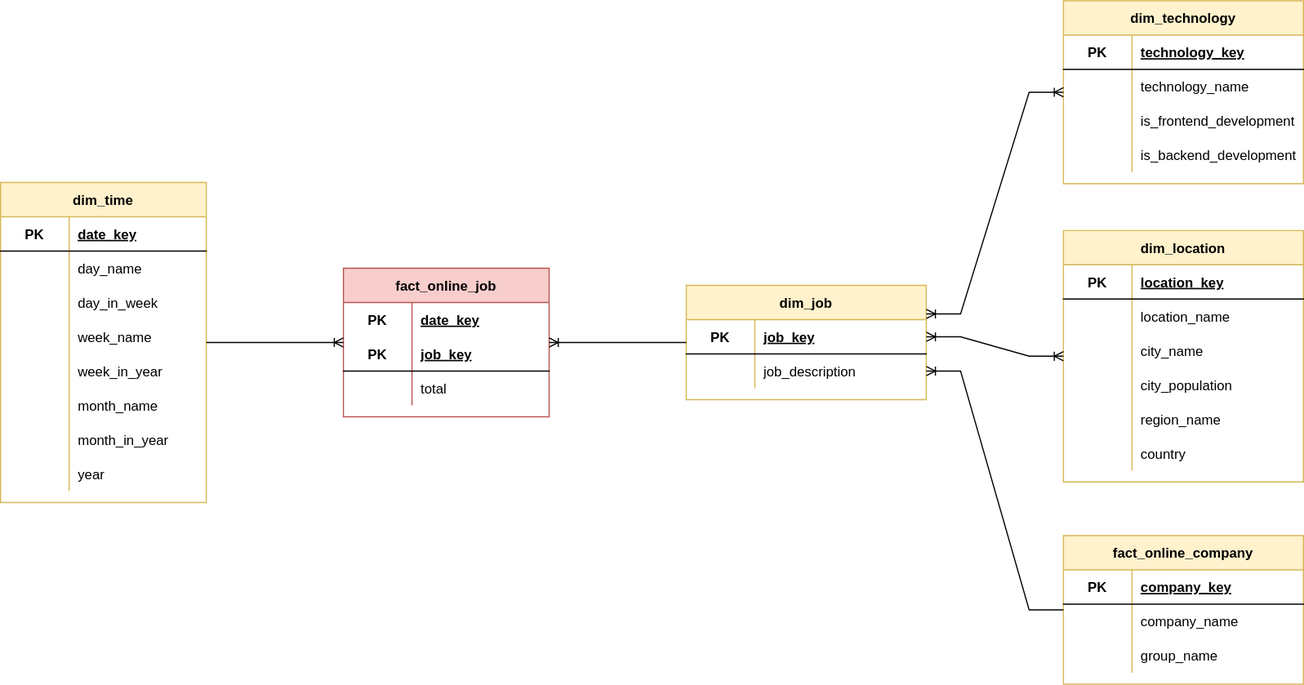
petracarrion/job-market-analytics keeps this draw.io diagram as doc/mart-model.drawio.svg. Above is the earlier version. Source tidied: cells renumbered, new cells last; positions are measured from the earlier drawing's top-left corner, leaving out a move shared by most shapes.
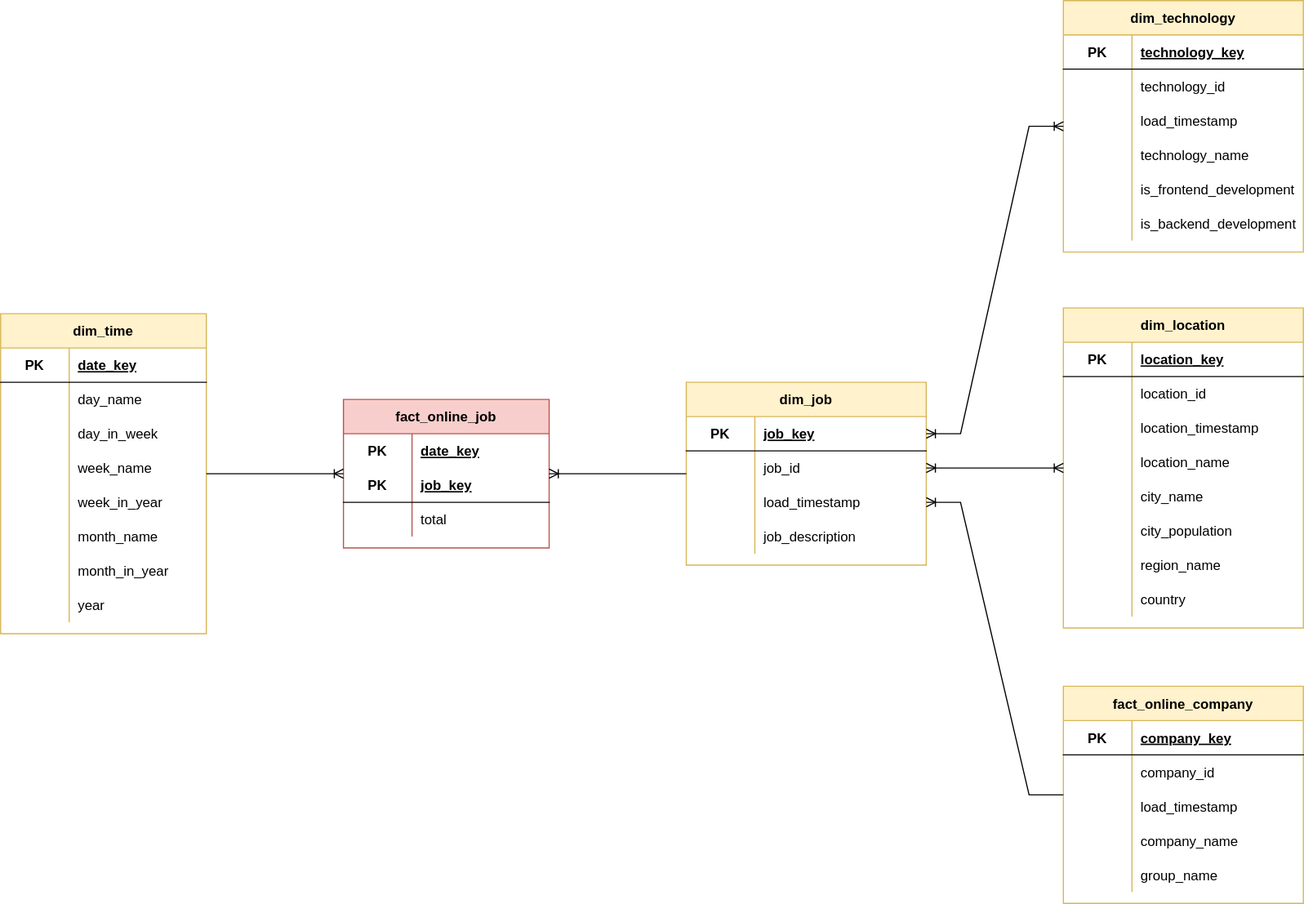
Later version of the same file.

What changed in the source:
```diff
@@ -109,7 +109,7 @@
       <mxGeometry x="60" width="120" height="30" as="geometry" />
     </mxCell>
     <mxCell id="38" value="dim_job" style="shape=table;startSize=30;rowLines=0;fontStyle=1;align=center;fillColor=#fff2cc;strokeColor=#d6b656;" parent="2" vertex="1">
-      <mxGeometry x="600" y="249" width="210" height="100" as="geometry" />
+      <mxGeometry x="600" y="219" width="210" height="160" as="geometry" />
     </mxCell>
     <mxCell id="39" style="shape=tableRow;horizontal=0;startSize=0;swimlaneHead=0;swimlaneBody=0;fillColor=none;points=[[0,0.5],[1,0.5]];portConstraint=eastwest;top=0;left=0;right=0;bottom=1;" parent="38" vertex="1">
       <mxGeometry y="30" width="210" height="30" as="geometry" />
@@ -126,11 +126,29 @@
     <mxCell id="43" style="shape=partialRectangle;fillColor=none;top=0;left=0;bottom=0;right=0;overflow=hidden;" parent="42" vertex="1">
       <mxGeometry width="60" height="30" as="geometry" />
     </mxCell>
-    <mxCell id="44" value="job_description" style="shape=partialRectangle;fillColor=none;top=0;left=0;bottom=0;right=0;align=left;spacingLeft=6;overflow=hidden;" parent="42" vertex="1">
+    <mxCell id="44" value="job_id" style="shape=partialRectangle;fillColor=none;top=0;left=0;bottom=0;right=0;align=left;spacingLeft=6;overflow=hidden;" parent="42" vertex="1">
       <mxGeometry x="60" width="150" height="30" as="geometry" />
     </mxCell>
+    <mxCell id="92" style="shape=tableRow;horizontal=0;startSize=0;swimlaneHead=0;swimlaneBody=0;fillColor=none;points=[[0,0.5],[1,0.5]];portConstraint=eastwest;top=0;left=0;right=0;bottom=0;" parent="38" vertex="1">
+      <mxGeometry y="90" width="210" height="30" as="geometry" />
+    </mxCell>
+    <mxCell id="93" style="shape=partialRectangle;fillColor=none;top=0;left=0;bottom=0;right=0;overflow=hidden;" parent="92" vertex="1">
+      <mxGeometry width="60" height="30" as="geometry" />
+    </mxCell>
+    <mxCell id="94" value="load_timestamp" style="shape=partialRectangle;fillColor=none;top=0;left=0;bottom=0;right=0;align=left;spacingLeft=6;overflow=hidden;" parent="92" vertex="1">
+      <mxGeometry x="60" width="150" height="30" as="geometry" />
+    </mxCell>
+    <mxCell id="95" style="shape=tableRow;horizontal=0;startSize=0;swimlaneHead=0;swimlaneBody=0;fillColor=none;top=0;left=0;right=0;bottom=0;" parent="38" vertex="1">
+      <mxGeometry y="120" width="210" height="30" as="geometry" />
+    </mxCell>
+    <mxCell id="96" style="shape=partialRectangle;fillColor=none;top=0;left=0;bottom=0;right=0;overflow=hidden;" parent="95" vertex="1">
+      <mxGeometry width="60" height="30" as="geometry" />
+    </mxCell>
+    <mxCell id="97" value="job_description" style="shape=partialRectangle;fillColor=none;top=0;left=0;bottom=0;right=0;align=left;spacingLeft=6;overflow=hidden;" parent="95" vertex="1">
+      <mxGeometry x="60" width="150" height="30" as="geometry" />
+    </mxCell>
     <mxCell id="45" value="dim_location" style="shape=table;startSize=30;rowLines=0;fontStyle=1;align=center;fillColor=#fff2cc;strokeColor=#d6b656;" parent="2" vertex="1">
-      <mxGeometry x="930" y="201" width="210" height="220" as="geometry" />
+      <mxGeometry x="930" y="154" width="210" height="280" as="geometry" />
     </mxCell>
     <mxCell id="46" style="shape=tableRow;horizontal=0;startSize=0;swimlaneHead=0;swimlaneBody=0;fillColor=none;top=0;left=0;right=0;bottom=1;" parent="45" vertex="1">
       <mxGeometry y="30" width="210" height="30" as="geometry" />
@@ -147,11 +165,29 @@
     <mxCell id="50" style="shape=partialRectangle;fillColor=none;top=0;left=0;bottom=0;right=0;overflow=hidden;" parent="49" vertex="1">
       <mxGeometry width="60" height="30" as="geometry" />
     </mxCell>
-    <mxCell id="51" value="location_name" style="shape=partialRectangle;fillColor=none;top=0;left=0;bottom=0;right=0;align=left;spacingLeft=6;overflow=hidden;" parent="49" vertex="1">
+    <mxCell id="51" value="location_id" style="shape=partialRectangle;fillColor=none;top=0;left=0;bottom=0;right=0;align=left;spacingLeft=6;overflow=hidden;" parent="49" vertex="1">
       <mxGeometry x="60" width="150" height="30" as="geometry" />
     </mxCell>
+    <mxCell id="98" style="shape=tableRow;horizontal=0;startSize=0;swimlaneHead=0;swimlaneBody=0;fillColor=none;top=0;left=0;right=0;bottom=0;" parent="45" vertex="1">
+      <mxGeometry y="90" width="210" height="30" as="geometry" />
+    </mxCell>
+    <mxCell id="99" style="shape=partialRectangle;fillColor=none;top=0;left=0;bottom=0;right=0;overflow=hidden;" parent="98" vertex="1">
+      <mxGeometry width="60" height="30" as="geometry" />
+    </mxCell>
+    <mxCell id="100" value="location_timestamp" style="shape=partialRectangle;fillColor=none;top=0;left=0;bottom=0;right=0;align=left;spacingLeft=6;overflow=hidden;" parent="98" vertex="1">
+      <mxGeometry x="60" width="150" height="30" as="geometry" />
+    </mxCell>
+    <mxCell id="101" style="shape=tableRow;horizontal=0;startSize=0;swimlaneHead=0;swimlaneBody=0;fillColor=none;top=0;left=0;right=0;bottom=0;" parent="45" vertex="1">
+      <mxGeometry y="120" width="210" height="30" as="geometry" />
+    </mxCell>
+    <mxCell id="102" style="shape=partialRectangle;fillColor=none;top=0;left=0;bottom=0;right=0;overflow=hidden;" parent="101" vertex="1">
+      <mxGeometry width="60" height="30" as="geometry" />
+    </mxCell>
+    <mxCell id="103" value="location_name" style="shape=partialRectangle;fillColor=none;top=0;left=0;bottom=0;right=0;align=left;spacingLeft=6;overflow=hidden;" parent="101" vertex="1">
+      <mxGeometry x="60" width="150" height="30" as="geometry" />
+    </mxCell>
     <mxCell id="52" style="shape=tableRow;horizontal=0;startSize=0;swimlaneHead=0;swimlaneBody=0;fillColor=none;top=0;left=0;right=0;bottom=0;" parent="45" vertex="1">
-      <mxGeometry y="90" width="210" height="30" as="geometry" />
+      <mxGeometry y="150" width="210" height="30" as="geometry" />
     </mxCell>
     <mxCell id="53" style="shape=partialRectangle;fillColor=none;top=0;left=0;bottom=0;right=0;overflow=hidden;" parent="52" vertex="1">
       <mxGeometry width="60" height="30" as="geometry" />
@@ -160,7 +196,7 @@
       <mxGeometry x="60" width="150" height="30" as="geometry" />
     </mxCell>
     <mxCell id="55" style="shape=tableRow;horizontal=0;startSize=0;swimlaneHead=0;swimlaneBody=0;fillColor=none;top=0;left=0;right=0;bottom=0;" parent="45" vertex="1">
-      <mxGeometry y="120" width="210" height="30" as="geometry" />
+      <mxGeometry y="180" width="210" height="30" as="geometry" />
     </mxCell>
     <mxCell id="56" style="shape=partialRectangle;fillColor=none;top=0;left=0;bottom=0;right=0;overflow=hidden;" parent="55" vertex="1">
       <mxGeometry width="60" height="30" as="geometry" />
@@ -169,7 +205,7 @@
       <mxGeometry x="60" width="150" height="30" as="geometry" />
     </mxCell>
     <mxCell id="58" style="shape=tableRow;horizontal=0;startSize=0;swimlaneHead=0;swimlaneBody=0;fillColor=none;top=0;left=0;right=0;bottom=0;" parent="45" vertex="1">
-      <mxGeometry y="150" width="210" height="30" as="geometry" />
+      <mxGeometry y="210" width="210" height="30" as="geometry" />
     </mxCell>
     <mxCell id="59" style="shape=partialRectangle;fillColor=none;top=0;left=0;bottom=0;right=0;overflow=hidden;" parent="58" vertex="1">
       <mxGeometry width="60" height="30" as="geometry" />
@@ -178,7 +214,7 @@
       <mxGeometry x="60" width="150" height="30" as="geometry" />
     </mxCell>
     <mxCell id="61" style="shape=tableRow;horizontal=0;startSize=0;swimlaneHead=0;swimlaneBody=0;fillColor=none;top=0;left=0;right=0;bottom=0;" parent="45" vertex="1">
-      <mxGeometry y="180" width="210" height="30" as="geometry" />
+      <mxGeometry y="240" width="210" height="30" as="geometry" />
     </mxCell>
     <mxCell id="62" style="shape=partialRectangle;fillColor=none;top=0;left=0;bottom=0;right=0;overflow=hidden;" parent="61" vertex="1">
       <mxGeometry width="60" height="30" as="geometry" />
@@ -187,7 +223,7 @@
       <mxGeometry x="60" width="150" height="30" as="geometry" />
     </mxCell>
     <mxCell id="64" value="fact_online_company" style="shape=table;startSize=30;rowLines=0;fontStyle=1;align=center;fillColor=#fff2cc;strokeColor=#d6b656;" parent="2" vertex="1">
-      <mxGeometry x="930" y="468" width="210" height="130" as="geometry" />
+      <mxGeometry x="930" y="485" width="210" height="190" as="geometry" />
     </mxCell>
     <mxCell id="65" style="shape=tableRow;horizontal=0;startSize=0;swimlaneHead=0;swimlaneBody=0;fillColor=none;top=0;left=0;right=0;bottom=1;" parent="64" vertex="1">
       <mxGeometry y="30" width="210" height="30" as="geometry" />
@@ -204,11 +240,29 @@
     <mxCell id="69" style="shape=partialRectangle;fillColor=none;top=0;left=0;bottom=0;right=0;overflow=hidden;" parent="68" vertex="1">
       <mxGeometry width="60" height="30" as="geometry" />
     </mxCell>
-    <mxCell id="70" value="company_name" style="shape=partialRectangle;fillColor=none;top=0;left=0;bottom=0;right=0;align=left;spacingLeft=6;overflow=hidden;" parent="68" vertex="1">
+    <mxCell id="70" value="company_id" style="shape=partialRectangle;fillColor=none;top=0;left=0;bottom=0;right=0;align=left;spacingLeft=6;overflow=hidden;" parent="68" vertex="1">
       <mxGeometry x="60" width="150" height="30" as="geometry" />
     </mxCell>
+    <mxCell id="104" style="shape=tableRow;horizontal=0;startSize=0;swimlaneHead=0;swimlaneBody=0;fillColor=none;top=0;left=0;right=0;bottom=0;" parent="64" vertex="1">
+      <mxGeometry y="90" width="210" height="30" as="geometry" />
+    </mxCell>
+    <mxCell id="105" style="shape=partialRectangle;fillColor=none;top=0;left=0;bottom=0;right=0;overflow=hidden;" parent="104" vertex="1">
+      <mxGeometry width="60" height="30" as="geometry" />
+    </mxCell>
+    <mxCell id="106" value="load_timestamp" style="shape=partialRectangle;fillColor=none;top=0;left=0;bottom=0;right=0;align=left;spacingLeft=6;overflow=hidden;" parent="104" vertex="1">
+      <mxGeometry x="60" width="150" height="30" as="geometry" />
+    </mxCell>
+    <mxCell id="107" style="shape=tableRow;horizontal=0;startSize=0;swimlaneHead=0;swimlaneBody=0;fillColor=none;top=0;left=0;right=0;bottom=0;" parent="64" vertex="1">
+      <mxGeometry y="120" width="210" height="30" as="geometry" />
+    </mxCell>
+    <mxCell id="108" style="shape=partialRectangle;fillColor=none;top=0;left=0;bottom=0;right=0;overflow=hidden;" parent="107" vertex="1">
+      <mxGeometry width="60" height="30" as="geometry" />
+    </mxCell>
+    <mxCell id="109" value="company_name" style="shape=partialRectangle;fillColor=none;top=0;left=0;bottom=0;right=0;align=left;spacingLeft=6;overflow=hidden;" parent="107" vertex="1">
+      <mxGeometry x="60" width="150" height="30" as="geometry" />
+    </mxCell>
     <mxCell id="71" style="shape=tableRow;horizontal=0;startSize=0;swimlaneHead=0;swimlaneBody=0;fillColor=none;top=0;left=0;right=0;bottom=0;" parent="64" vertex="1">
-      <mxGeometry y="90" width="210" height="30" as="geometry" />
+      <mxGeometry y="150" width="210" height="30" as="geometry" />
     </mxCell>
     <mxCell id="72" style="shape=partialRectangle;fillColor=none;top=0;left=0;bottom=0;right=0;overflow=hidden;" parent="71" vertex="1">
       <mxGeometry width="60" height="30" as="geometry" />
@@ -217,7 +271,7 @@
       <mxGeometry x="60" width="150" height="30" as="geometry" />
     </mxCell>
     <mxCell id="74" value="dim_technology" style="shape=table;startSize=30;rowLines=0;fontStyle=1;align=center;fillColor=#fff2cc;strokeColor=#d6b656;" parent="2" vertex="1">
-      <mxGeometry x="930" width="210" height="160" as="geometry" />
+      <mxGeometry x="930" y="-115" width="210" height="220" as="geometry" />
     </mxCell>
     <mxCell id="75" style="shape=tableRow;horizontal=0;startSize=0;swimlaneHead=0;swimlaneBody=0;fillColor=none;top=0;left=0;right=0;bottom=1;" parent="74" vertex="1">
       <mxGeometry y="30" width="210" height="30" as="geometry" />
@@ -234,11 +288,29 @@
     <mxCell id="79" style="shape=partialRectangle;fillColor=none;top=0;left=0;bottom=0;right=0;overflow=hidden;" parent="78" vertex="1">
       <mxGeometry width="60" height="30" as="geometry" />
     </mxCell>
-    <mxCell id="80" value="technology_name" style="shape=partialRectangle;fillColor=none;top=0;left=0;bottom=0;right=0;align=left;spacingLeft=6;overflow=hidden;" parent="78" vertex="1">
+    <mxCell id="80" value="technology_id" style="shape=partialRectangle;fillColor=none;top=0;left=0;bottom=0;right=0;align=left;spacingLeft=6;overflow=hidden;" parent="78" vertex="1">
       <mxGeometry x="60" width="150" height="30" as="geometry" />
     </mxCell>
+    <mxCell id="110" style="shape=tableRow;horizontal=0;startSize=0;swimlaneHead=0;swimlaneBody=0;fillColor=none;top=0;left=0;right=0;bottom=0;" parent="74" vertex="1">
+      <mxGeometry y="90" width="210" height="30" as="geometry" />
+    </mxCell>
+    <mxCell id="111" style="shape=partialRectangle;fillColor=none;top=0;left=0;bottom=0;right=0;overflow=hidden;" parent="110" vertex="1">
+      <mxGeometry width="60" height="30" as="geometry" />
+    </mxCell>
+    <mxCell id="112" value="load_timestamp" style="shape=partialRectangle;fillColor=none;top=0;left=0;bottom=0;right=0;align=left;spacingLeft=6;overflow=hidden;" parent="110" vertex="1">
+      <mxGeometry x="60" width="150" height="30" as="geometry" />
+    </mxCell>
+    <mxCell id="113" style="shape=tableRow;horizontal=0;startSize=0;swimlaneHead=0;swimlaneBody=0;fillColor=none;top=0;left=0;right=0;bottom=0;" parent="74" vertex="1">
+      <mxGeometry y="120" width="210" height="30" as="geometry" />
+    </mxCell>
+    <mxCell id="114" style="shape=partialRectangle;fillColor=none;top=0;left=0;bottom=0;right=0;overflow=hidden;" parent="113" vertex="1">
+      <mxGeometry width="60" height="30" as="geometry" />
+    </mxCell>
+    <mxCell id="115" value="technology_name" style="shape=partialRectangle;fillColor=none;top=0;left=0;bottom=0;right=0;align=left;spacingLeft=6;overflow=hidden;" parent="113" vertex="1">
+      <mxGeometry x="60" width="150" height="30" as="geometry" />
+    </mxCell>
     <mxCell id="81" style="shape=tableRow;horizontal=0;startSize=0;swimlaneHead=0;swimlaneBody=0;fillColor=none;top=0;left=0;right=0;bottom=0;" parent="74" vertex="1">
-      <mxGeometry y="90" width="210" height="30" as="geometry" />
+      <mxGeometry y="150" width="210" height="30" as="geometry" />
     </mxCell>
     <mxCell id="82" style="shape=partialRectangle;fillColor=none;top=0;left=0;bottom=0;right=0;overflow=hidden;" parent="81" vertex="1">
       <mxGeometry width="60" height="30" as="geometry" />
@@ -247,7 +319,7 @@
       <mxGeometry x="60" width="150" height="30" as="geometry" />
     </mxCell>
     <mxCell id="84" style="shape=tableRow;horizontal=0;startSize=0;swimlaneHead=0;swimlaneBody=0;fillColor=none;top=0;left=0;right=0;bottom=0;" parent="74" vertex="1">
-      <mxGeometry y="120" width="210" height="30" as="geometry" />
+      <mxGeometry y="180" width="210" height="30" as="geometry" />
     </mxCell>
     <mxCell id="85" style="shape=partialRectangle;fillColor=none;top=0;left=0;bottom=0;right=0;overflow=hidden;" parent="84" vertex="1">
       <mxGeometry width="60" height="30" as="geometry" />
@@ -261,13 +333,13 @@
     <mxCell id="88" style="edgeStyle=entityRelationEdgeStyle;fontSize=12;html=1;endArrow=ERoneToMany;rounded=0;" parent="2" edge="1" source="38" target="28">
       <mxGeometry relative="1" as="geometry" />
     </mxCell>
-    <mxCell id="89" style="edgeStyle=entityRelationEdgeStyle;fontSize=12;html=1;endArrow=ERoneToMany;rounded=0;entryX=1;entryY=0.5;entryDx=0;entryDy=0;" parent="2" edge="1" source="64" target="42">
+    <mxCell id="89" style="edgeStyle=entityRelationEdgeStyle;fontSize=12;html=1;endArrow=ERoneToMany;rounded=0;entryX=1;entryY=0.5;entryDx=0;entryDy=0;" parent="2" edge="1" source="64" target="92">
       <mxGeometry relative="1" as="geometry" />
     </mxCell>
-    <mxCell id="90" style="edgeStyle=entityRelationEdgeStyle;fontSize=12;html=1;endArrow=ERoneToMany;startArrow=ERoneToMany;rounded=0;exitX=1;exitY=0.25;exitDx=0;exitDy=0;" parent="2" edge="1" source="38" target="74">
+    <mxCell id="90" style="edgeStyle=entityRelationEdgeStyle;fontSize=12;html=1;endArrow=ERoneToMany;startArrow=ERoneToMany;rounded=0;" parent="2" edge="1" source="39" target="74">
       <mxGeometry relative="1" as="geometry" />
     </mxCell>
-    <mxCell id="91" style="edgeStyle=entityRelationEdgeStyle;fontSize=12;html=1;endArrow=ERoneToMany;startArrow=ERoneToMany;rounded=0;exitX=1;exitY=0.5;exitDx=0;exitDy=0;" parent="2" edge="1" source="39" target="45">
+    <mxCell id="91" style="edgeStyle=entityRelationEdgeStyle;fontSize=12;html=1;endArrow=ERoneToMany;startArrow=ERoneToMany;rounded=0;exitX=1;exitY=0.5;exitDx=0;exitDy=0;" parent="2" edge="1" source="42" target="45">
       <mxGeometry relative="1" as="geometry" />
     </mxCell>
   </root>
```
